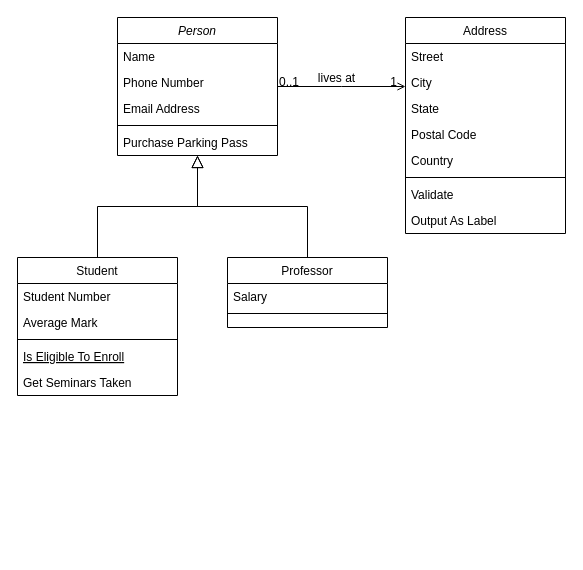
This is Untitled Diagram.drawio from vdemartinviude/apibot, a draw.io file, before an edit. Source tidied: cells renumbered, new cells numbered last; positions are measured from the earlier drawing's top-left corner, leaving out a move shared by most shapes. Both pictures are drawn from the tidied source at 100%, with x=0, y=0 at pixel (17, 17).
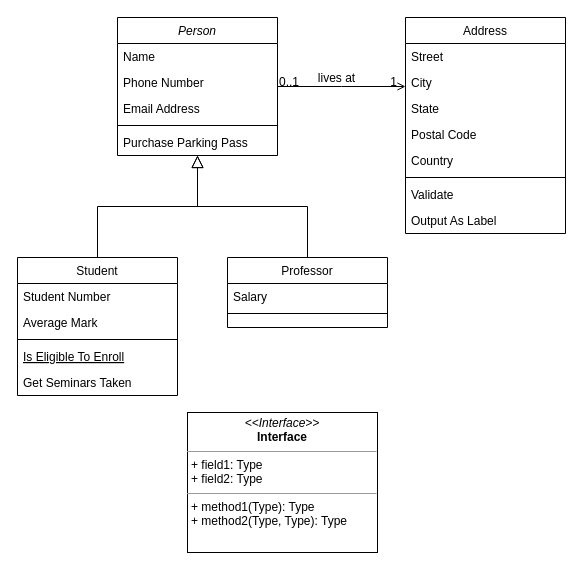
The same page after the edit.

What changed in the source:
```diff
@@
+    <mxCell id="32" value="&lt;p style=&quot;margin:0px;margin-top:4px;text-align:center;&quot;&gt;&lt;i&gt;&amp;lt;&amp;lt;Interface&amp;gt;&amp;gt;&lt;/i&gt;&lt;br/&gt;&lt;b&gt;Interface&lt;/b&gt;&lt;/p&gt;&lt;hr size=&quot;1&quot;/&gt;&lt;p style=&quot;margin:0px;margin-left:4px;&quot;&gt;+ field1: Type&lt;br/&gt;+ field2: Type&lt;/p&gt;&lt;hr size=&quot;1&quot;/&gt;&lt;p style=&quot;margin:0px;margin-left:4px;&quot;&gt;+ method1(Type): Type&lt;br/&gt;+ method2(Type, Type): Type&lt;/p&gt;" style="verticalAlign=top;align=left;overflow=fill;fontSize=12;fontFamily=Helvetica;html=1;whiteSpace=wrap;" parent="1" vertex="1">
+      <mxGeometry x="170" y="395" width="190" height="140" as="geometry" />
+    </mxCell>
```
